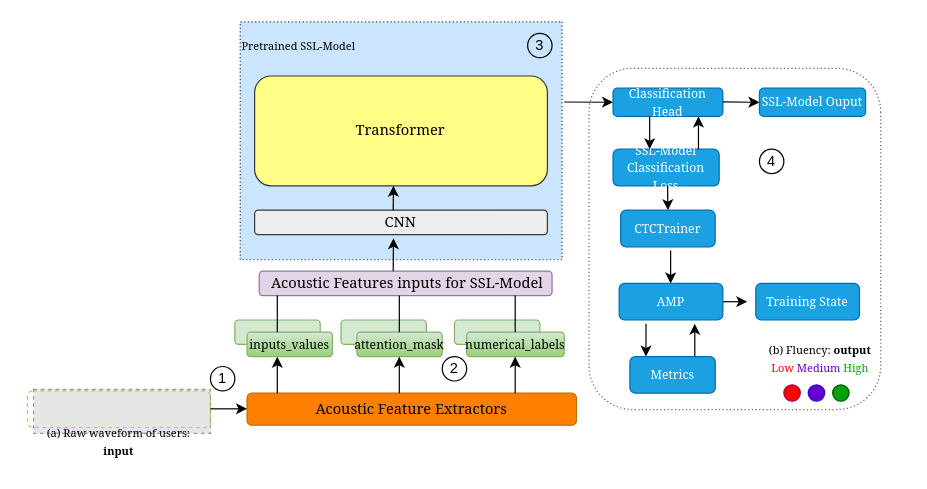
Above: Diagramme sans nom.drawio in papasega/Applied-Deep-Learning (draw.io), before the change. Source tidied: cells renumbered, new cells numbered last; positions are measured from the earlier drawing's top-left corner, leaving out a move shared by most shapes. Both pictures are drawn from the tidied source at 122%, with x=0, y=0 at pixel (27, -21). Pictures stored in the file or linked from it are replaced by grey dashed boxes.
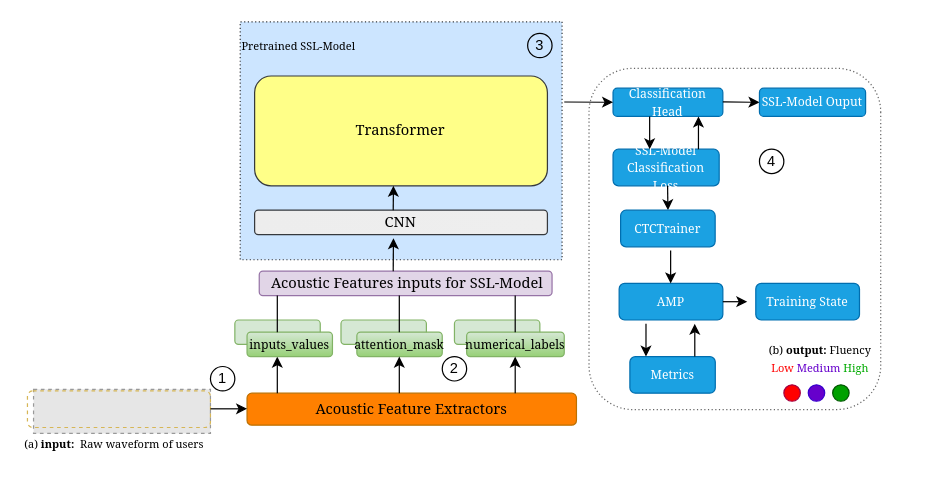
The same diagram, later.

Commit message:
Mettre à jour Diagramme sans nom.drawio

Diff of the diagram source:
```diff
@@
-    <mxCell id="46" value="&lt;font style=&quot;font-size: 9px;&quot; face=&quot;Georgia&quot;&gt;(a) Raw waveform of users: &lt;b style=&quot;&quot;&gt;input&lt;/b&gt;&lt;/font&gt;" style="text;html=1;align=center;verticalAlign=middle;whiteSpace=wrap;rounded=0;" parent="1" vertex="1">
-      <mxGeometry x="5" y="365" width="140" height="25" as="geometry" />
+    <mxCell id="46" value="&lt;font style=&quot;font-size: 9px;&quot; face=&quot;Georgia&quot;&gt;(a)&amp;nbsp;&lt;/font&gt;&lt;b style=&quot;font-family: Georgia; font-size: 9px;&quot;&gt;input:&amp;nbsp;&lt;/b&gt;&lt;font style=&quot;font-size: 9px;&quot; face=&quot;Georgia&quot;&gt;&amp;nbsp;Raw waveform of users&amp;nbsp;&lt;/font&gt;" style="text;html=1;align=center;verticalAlign=middle;whiteSpace=wrap;rounded=0;" parent="1" vertex="1">
+      <mxGeometry x="-5" y="360" width="155" height="40" as="geometry" />
     </mxCell>
@@
-    <mxCell id="51" value="&lt;font style=&quot;font-size: 9px;&quot; face=&quot;Georgia&quot;&gt;(b) Fluency: &lt;b&gt;output&lt;/b&gt;&lt;/font&gt;&lt;div&gt;&lt;font style=&quot;font-size: 9px;&quot; face=&quot;Georgia&quot;&gt;&lt;font style=&quot;&quot; color=&quot;#ff0000&quot;&gt;Low&lt;/font&gt; &lt;font style=&quot;&quot; color=&quot;#6600cc&quot;&gt;Medium&lt;/font&gt; &lt;font color=&quot;#00ab00&quot;&gt;High&lt;/font&gt;&lt;/font&gt;&lt;/div&gt;" style="text;html=1;align=center;verticalAlign=middle;whiteSpace=wrap;rounded=0;" parent="1" vertex="1">
+    <mxCell id="51" value="&lt;font style=&quot;font-size: 9px;&quot; face=&quot;Georgia&quot;&gt;(b)&amp;nbsp;&lt;/font&gt;&lt;b style=&quot;font-family: Georgia; font-size: 9px;&quot;&gt;output:&lt;/b&gt;&lt;font style=&quot;font-size: 9px;&quot; face=&quot;Georgia&quot;&gt;&amp;nbsp;Fluency&lt;/font&gt;&lt;div&gt;&lt;font style=&quot;font-size: 9px;&quot; face=&quot;Georgia&quot;&gt;&lt;font style=&quot;&quot; color=&quot;#ff0000&quot;&gt;Low&lt;/font&gt; &lt;font style=&quot;&quot; color=&quot;#6600cc&quot;&gt;Medium&lt;/font&gt; &lt;font color=&quot;#00ab00&quot;&gt;High&lt;/font&gt;&lt;/font&gt;&lt;/div&gt;" style="text;html=1;align=center;verticalAlign=middle;whiteSpace=wrap;rounded=0;" parent="1" vertex="1">
       <mxGeometry x="579.7" y="274.5" width="140" height="70.9" as="geometry" />
     </mxCell>
```
